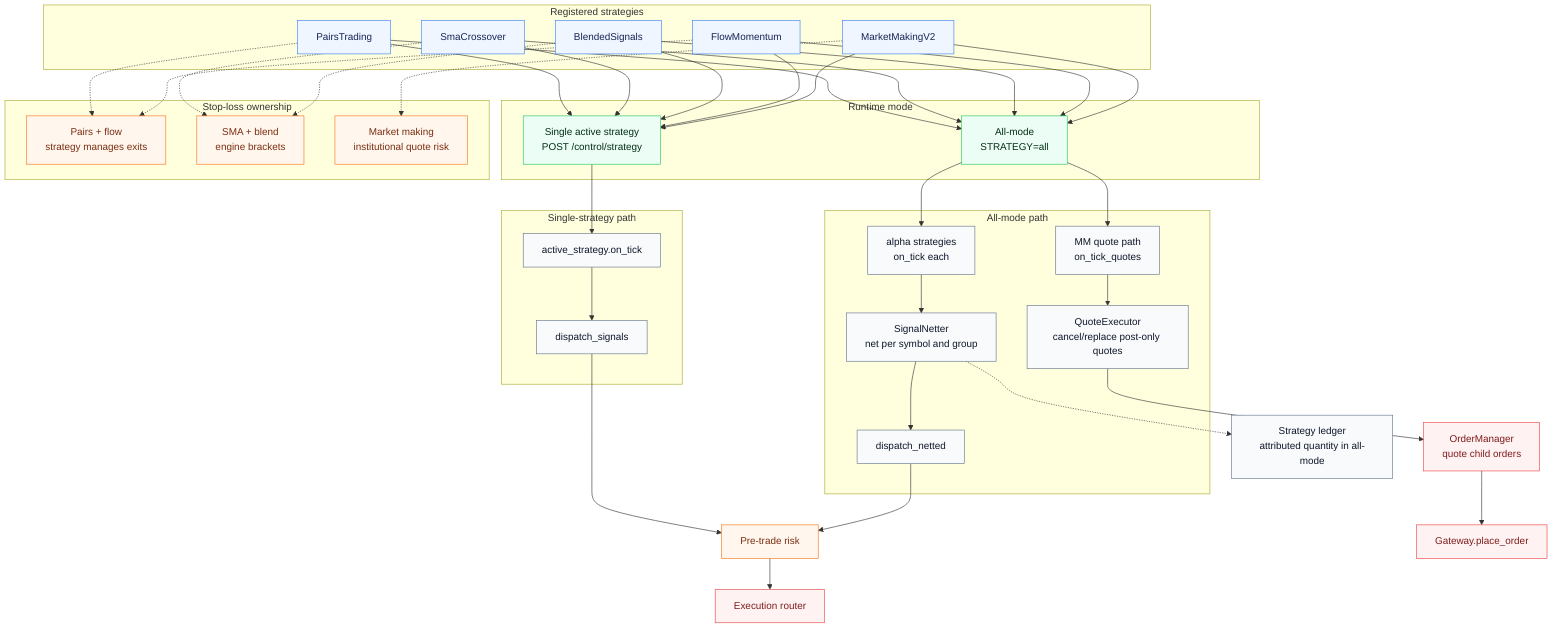
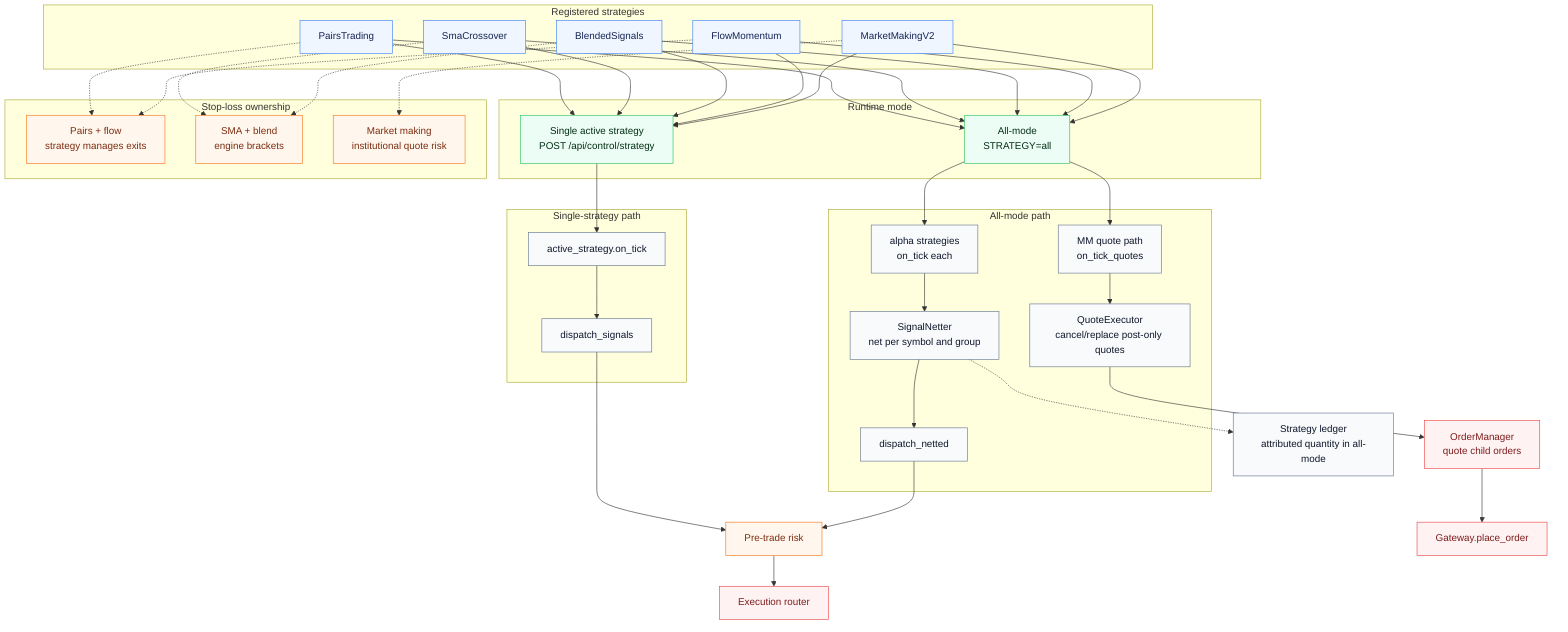
%% Strategy modes and signal routing
flowchart TB
    subgraph Registry["Registered strategies"]
        PAIRS["PairsTrading"]
        SMA["SmaCrossover"]
        BLEND["BlendedSignals"]
        FLOW["FlowMomentum"]
        MM["MarketMakingV2"]
    end

    subgraph Mode["Runtime mode"]
-         SINGLE["Single active strategy<br/>POST /control/strategy"]
+         SINGLE["Single active strategy<br/>POST /api/control/strategy"]
        ALL["All-mode<br/>STRATEGY=all"]
    end

    PAIRS --> SINGLE
    SMA --> SINGLE
    BLEND --> SINGLE
    FLOW --> SINGLE
    MM --> SINGLE
    PAIRS --> ALL
    SMA --> ALL
    BLEND --> ALL
    FLOW --> ALL
    MM --> ALL

    subgraph SinglePath["Single-strategy path"]
        STICK["active_strategy.on_tick"]
        DISPATCH["dispatch_signals"]
        STICK --> DISPATCH
    end

    subgraph AllPath["All-mode path"]
        ATICK["alpha strategies<br/>on_tick each"]
        NETTER["SignalNetter<br/>net per symbol and group"]
        QUOTES["MM quote path<br/>on_tick_quotes"]
        QEXEC["QuoteExecutor<br/>cancel/replace post-only quotes"]
        ATICK --> NETTER
        NETTER --> ADISPATCH["dispatch_netted"]
        QUOTES --> QEXEC
    end

    SINGLE --> STICK
    ALL --> ATICK
    ALL --> QUOTES

    DISPATCH --> RISK["Pre-trade risk"]
    ADISPATCH --> RISK
    RISK --> EXEC["Execution router"]
    QEXEC --> OMS["OrderManager<br/>quote child orders"]
    OMS --> GATEWAY["Gateway.place_order"]

    subgraph RiskOwner["Stop-loss ownership"]
        OWNED["Pairs + flow<br/>strategy manages exits"]
        ENGINE["SMA + blend<br/>engine brackets"]
        MM_RISK["Market making<br/>institutional quote risk"]
    end

    PAIRS -.-> OWNED
    FLOW -.-> OWNED
    SMA -.-> ENGINE
    BLEND -.-> ENGINE
    MM -.-> MM_RISK

    LEDGER["Strategy ledger<br/>attributed quantity in all-mode"]
    NETTER -.-> LEDGER

    classDef registry fill:#eff6ff,stroke:#3b82f6,color:#172554
    classDef mode fill:#ecfdf5,stroke:#22c55e,color:#052e16
    classDef path fill:#f8fafc,stroke:#64748b,color:#0f172a
    classDef risk fill:#fff7ed,stroke:#f97316,color:#7c2d12
    classDef exec fill:#fef2f2,stroke:#ef4444,color:#7f1d1d

    class PAIRS,SMA,BLEND,FLOW,MM registry
    class SINGLE,ALL mode
    class STICK,DISPATCH,ATICK,NETTER,QUOTES,QEXEC,ADISPATCH,LEDGER path
    class RISK,OWNED,ENGINE,MM_RISK risk
    class EXEC,OMS,GATEWAY exec
